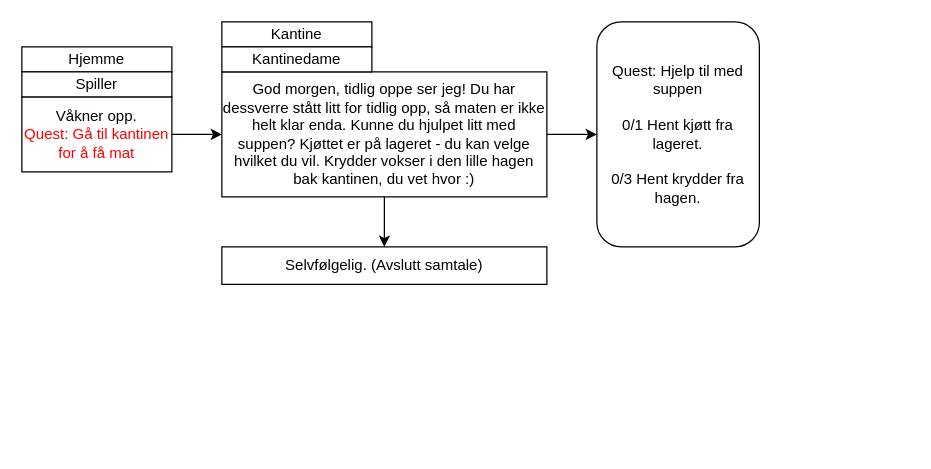
This is Untitled Diagram.drawio from martinka-h/DverglikeQuests, a draw.io file, before an edit. Source tidied: cells renumbered, new cells numbered last; positions are measured from the earlier drawing's top-left corner, leaving out a move shared by most shapes. Both pictures are drawn from the tidied source at 125%, with x=0, y=0 at pixel (21, 21).
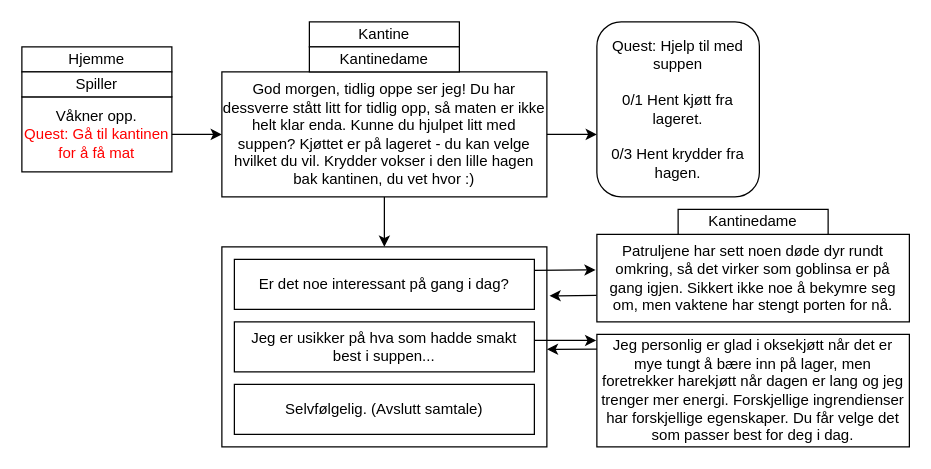
Above is the later version.

Commit message:
Kantinedame dialog

The edit, as a diff of the source:
```diff
@@
     <mxCell id="4" value="Kantine" style="rounded=0;whiteSpace=wrap;html=1;" parent="1" vertex="1">
-      <mxGeometry x="160" width="120" height="20" as="geometry" />
+      <mxGeometry x="230" width="120" height="20" as="geometry" />
     </mxCell>
@@
     <mxCell id="8" value="Kantinedame" style="rounded=0;whiteSpace=wrap;html=1;" parent="1" vertex="1">
-      <mxGeometry x="160" y="20" width="120" height="20" as="geometry" />
+      <mxGeometry x="230" y="20" width="120" height="20" as="geometry" />
     </mxCell>
@@
+    <mxCell id="14" style="rounded=0;whiteSpace=wrap;html=1;" parent="1" vertex="1">
+      <mxGeometry x="160" y="180" width="260" height="160" as="geometry" />
+    </mxCell>
     <mxCell id="11" value="Quest: Hjelp til med suppen&lt;br&gt;&lt;br&gt;&lt;div&gt;0/1 Hent kjøtt fra lageret.&lt;/div&gt;&lt;div&gt;&lt;br&gt;&lt;/div&gt;&lt;div&gt;0/3 Hent krydder fra hagen.&lt;/div&gt;" style="rounded=1;whiteSpace=wrap;html=1;" parent="1" vertex="1">
-      <mxGeometry x="460" width="130" height="180" as="geometry" />
+      <mxGeometry x="460" width="130" height="140" as="geometry" />
     </mxCell>
@@
     <mxCell id="13" value="Selvfølgelig. (Avslutt samtale)" style="rounded=0;whiteSpace=wrap;html=1;" parent="1" vertex="1">
-      <mxGeometry x="160" y="180" width="260" height="30" as="geometry" />
+      <mxGeometry x="170" y="290" width="240" height="40" as="geometry" />
     </mxCell>
+    <mxCell id="15" value="Er det noe interessant på gang i dag?" style="rounded=0;whiteSpace=wrap;html=1;" parent="1" vertex="1">
+      <mxGeometry x="170" y="190" width="240" height="40" as="geometry" />
+    </mxCell>
+    <mxCell id="16" style="endArrow=classic;html=1;rounded=0;exitX=0.999;exitY=0.221;exitDx=0;exitDy=0;entryX=-0.004;entryY=0.406;entryDx=0;entryDy=0;entryPerimeter=0;exitPerimeter=0;" parent="1" edge="1" source="15" target="17">
+      <mxGeometry relative="1" as="geometry" />
+    </mxCell>
+    <mxCell id="17" value="Patruljene har sett noen døde dyr rundt omkring, så det virker som goblinsa er på gang igjen. Sikkert ikke noe å bekymre seg om, men vaktene har stengt porten for nå." style="rounded=0;whiteSpace=wrap;html=1;" parent="1" vertex="1">
+      <mxGeometry x="460" y="170" width="250" height="70" as="geometry" />
+    </mxCell>
+    <mxCell id="18" style="endArrow=classic;html=1;rounded=0;exitX=-0.001;exitY=0.698;exitDx=0;exitDy=0;exitPerimeter=0;entryX=1.008;entryY=0.245;entryDx=0;entryDy=0;entryPerimeter=0;" parent="1" edge="1" source="17" target="14">
+      <mxGeometry relative="1" as="geometry" />
+    </mxCell>
+    <mxCell id="19" value="Kantinedame" style="rounded=0;whiteSpace=wrap;html=1;" parent="1" vertex="1">
+      <mxGeometry x="525" y="150" width="120" height="20" as="geometry" />
+    </mxCell>
+    <mxCell id="20" value="Jeg er usikker på hva som hadde smakt best i suppen..." style="rounded=0;whiteSpace=wrap;html=1;" parent="1" vertex="1">
+      <mxGeometry x="170" y="240" width="240" height="40" as="geometry" />
+    </mxCell>
+    <mxCell id="21" style="endArrow=classic;html=1;rounded=0;exitX=1;exitY=0.5;exitDx=0;exitDy=0;entryX=-0.002;entryY=0.054;entryDx=0;entryDy=0;entryPerimeter=0;" parent="1" edge="1" target="22">
+      <mxGeometry relative="1" as="geometry">
+        <mxPoint x="410" y="254.8" as="sourcePoint" />
+      </mxGeometry>
+    </mxCell>
+    <mxCell id="22" value="Jeg personlig er glad i oksekjøtt når det er mye tungt å bære inn på lager, men foretrekker harekjøtt når dagen er lang og jeg trenger mer energi. Forskjellige ingrendienser har forskjellige egenskaper. Du får velge det som passer best for deg i dag." style="rounded=0;whiteSpace=wrap;html=1;" parent="1" vertex="1">
+      <mxGeometry x="460" y="250" width="250" height="90" as="geometry" />
+    </mxCell>
+    <mxCell id="23" style="endArrow=classic;html=1;rounded=0;exitX=0;exitY=0.131;exitDx=0;exitDy=0;exitPerimeter=0;" parent="1" edge="1" source="22">
+      <mxGeometry relative="1" as="geometry">
+        <mxPoint x="420" y="262" as="targetPoint" />
+      </mxGeometry>
+    </mxCell>
```
